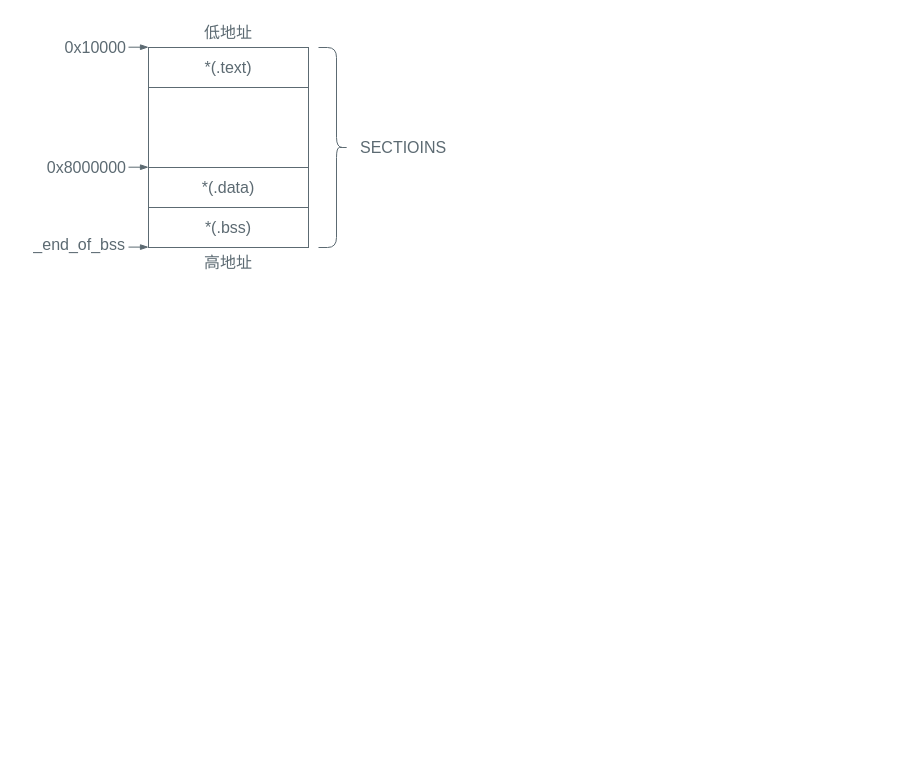
Before: content/posts/ld-linker-scripts/ld-linker-scripts.drawio in kingtuo123/blog, a draw.io diagram. Source tidied: cells renumbered, new cells numbered last; positions are measured from the earlier drawing's top-left corner, leaving out a move shared by most shapes. Both pictures are drawn from the tidied source at 100%, with x=0, y=0 at pixel (17, 17).
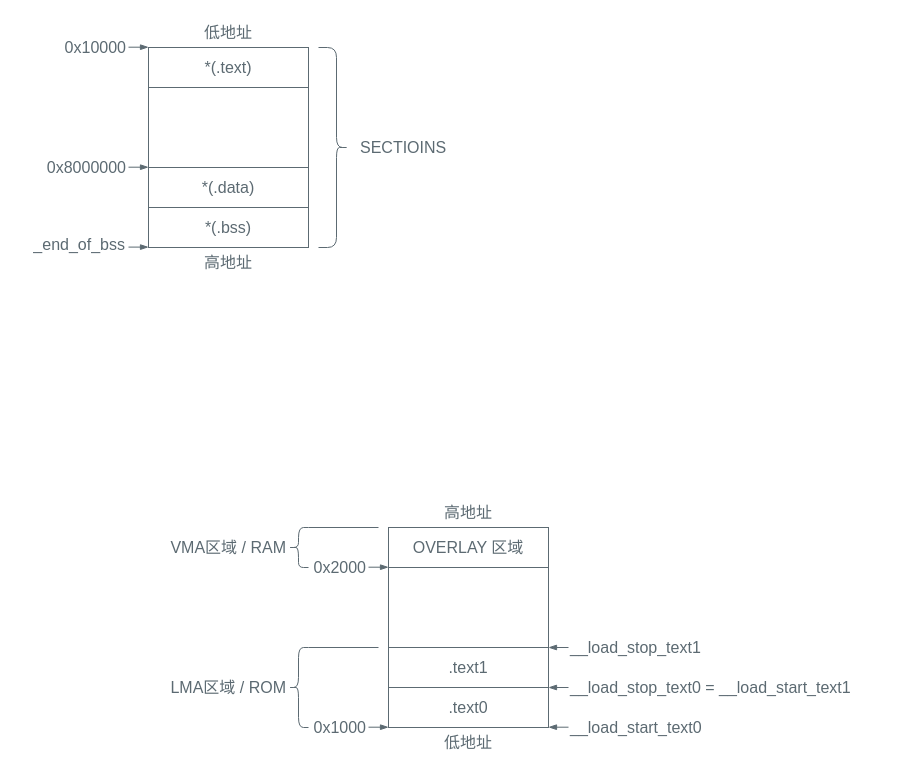
The same page after the edit.

What changed in the source:
```diff
@@
+    <mxCell id="16" value="&lt;div&gt;&lt;font style=&quot;color: light-dark(rgb(92, 106, 114), rgb(211, 198, 170));&quot;&gt;.text1&lt;/font&gt;&lt;/div&gt;" style="rounded=0;whiteSpace=wrap;html=1;fillColor=none;strokeColor=light-dark(#5C6A72,#D3C6AA);fontColor=light-dark(#5C6A72,#D3C6AA);fontFamily=LXGW WenKai Mono;fontSize=16;" parent="1" vertex="1">
+      <mxGeometry x="371" y="630" width="160" height="40" as="geometry" />
+    </mxCell>
+    <mxCell id="17" value="&lt;div&gt;&lt;font style=&quot;color: light-dark(rgb(92, 106, 114), rgb(211, 198, 170));&quot;&gt;.text0&lt;/font&gt;&lt;/div&gt;" style="rounded=0;whiteSpace=wrap;html=1;fillColor=none;strokeColor=light-dark(#5C6A72,#D3C6AA);fontColor=light-dark(#5C6A72,#D3C6AA);fontFamily=LXGW WenKai Mono;fontSize=16;" parent="1" vertex="1">
+      <mxGeometry x="371" y="670" width="160" height="40" as="geometry" />
+    </mxCell>
+    <mxCell id="18" value="&lt;div&gt;&lt;font style=&quot;color: light-dark(rgb(92, 106, 114), rgb(211, 198, 170));&quot;&gt;高地址&lt;/font&gt;&lt;/div&gt;" style="rounded=0;whiteSpace=wrap;html=1;fillColor=none;strokeColor=none;fontColor=light-dark(#5C6A72,#D3C6AA);align=center;fontFamily=LXGW WenKai Mono;fontSize=16;" parent="1" vertex="1">
+      <mxGeometry x="406" y="480" width="90" height="30" as="geometry" />
+    </mxCell>
+    <mxCell id="19" value="&lt;div&gt;&lt;font style=&quot;color: light-dark(rgb(92, 106, 114), rgb(211, 198, 170));&quot;&gt;低地址&lt;/font&gt;&lt;/div&gt;" style="rounded=0;whiteSpace=wrap;html=1;fillColor=none;strokeColor=none;fontColor=light-dark(#5C6A72,#D3C6AA);align=center;fontFamily=LXGW WenKai Mono;fontSize=16;" parent="1" vertex="1">
+      <mxGeometry x="406" y="710" width="90" height="30" as="geometry" />
+    </mxCell>
+    <mxCell id="20" style="rounded=0;whiteSpace=wrap;html=1;fillColor=none;strokeColor=light-dark(#5C6A72,#D3C6AA);fontColor=light-dark(#5C6A72,#D3C6AA);fontFamily=LXGW WenKai Mono;fontSize=16;" parent="1" vertex="1">
+      <mxGeometry x="371" y="550" width="160" height="80" as="geometry" />
+    </mxCell>
+    <mxCell id="21" value="&lt;font style=&quot;color: light-dark(rgb(92, 106, 114), rgb(211, 198, 170));&quot;&gt;&lt;span&gt;OVERLAY 区域&lt;/span&gt;&lt;/font&gt;" style="rounded=0;whiteSpace=wrap;html=1;fillColor=none;strokeColor=light-dark(#5C6A72,#D3C6AA);fontColor=light-dark(#5C6A72,#D3C6AA);fontFamily=LXGW WenKai Mono;fontSize=16;" parent="1" vertex="1">
+      <mxGeometry x="371" y="510" width="160" height="40" as="geometry" />
+    </mxCell>
+    <mxCell id="22" value="&lt;div&gt;&lt;font style=&quot;color: light-dark(rgb(92, 106, 114), rgb(211, 198, 170));&quot;&gt;0x2000&lt;/font&gt;&lt;/div&gt;" style="rounded=0;whiteSpace=wrap;html=1;fillColor=none;strokeColor=none;fontColor=light-dark(#5C6A72,#D3C6AA);align=right;fontFamily=LXGW WenKai Mono;fontSize=16;" parent="1" vertex="1">
+      <mxGeometry x="291" y="535" width="60" height="30" as="geometry" />
+    </mxCell>
+    <mxCell id="23" style="endArrow=blockThin;html=1;rounded=0;fontColor=light-dark(#5C6A72,#D3C6AA);labelBackgroundColor=none;strokeColor=light-dark(#5C6A72,#D3C6AA);endFill=1;fontFamily=LXGW WenKai Mono;fontSize=16;" parent="1" edge="1">
+      <mxGeometry relative="1" as="geometry">
+        <mxPoint x="351" y="549.7" as="sourcePoint" />
+        <mxPoint x="371" y="549.7" as="targetPoint" />
+      </mxGeometry>
+    </mxCell>
+    <mxCell id="24" value="&lt;div&gt;&lt;font style=&quot;color: light-dark(rgb(92, 106, 114), rgb(211, 198, 170));&quot;&gt;0x1000&lt;/font&gt;&lt;/div&gt;" style="rounded=0;whiteSpace=wrap;html=1;fillColor=none;strokeColor=none;fontColor=light-dark(#5C6A72,#D3C6AA);align=right;fontFamily=LXGW WenKai Mono;fontSize=16;" parent="1" vertex="1">
+      <mxGeometry x="291" y="695" width="60" height="30" as="geometry" />
+    </mxCell>
+    <mxCell id="25" style="endArrow=blockThin;html=1;rounded=0;fontColor=light-dark(#5C6A72,#D3C6AA);labelBackgroundColor=none;strokeColor=light-dark(#5C6A72,#D3C6AA);endFill=1;fontFamily=LXGW WenKai Mono;fontSize=16;" parent="1" edge="1">
+      <mxGeometry relative="1" as="geometry">
+        <mxPoint x="351" y="709.7" as="sourcePoint" />
+        <mxPoint x="371" y="709.7" as="targetPoint" />
+      </mxGeometry>
+    </mxCell>
+    <mxCell id="26" value="&lt;div&gt;&lt;font style=&quot;color: light-dark(rgb(92, 106, 114), rgb(211, 198, 170));&quot;&gt;LMA区域 / ROM&lt;/font&gt;&lt;/div&gt;" style="rounded=0;whiteSpace=wrap;html=1;fillColor=none;strokeColor=none;fontColor=light-dark(#5C6A72,#D3C6AA);align=right;fontFamily=LXGW WenKai Mono;fontSize=16;" parent="1" vertex="1">
+      <mxGeometry x="151" y="655" width="120" height="30" as="geometry" />
+    </mxCell>
+    <mxCell id="27" value="&lt;div&gt;&lt;font style=&quot;color: light-dark(rgb(92, 106, 114), rgb(211, 198, 170));&quot;&gt;VMA区域 / RAM&lt;/font&gt;&lt;/div&gt;" style="rounded=0;whiteSpace=wrap;html=1;fillColor=none;strokeColor=none;fontColor=light-dark(#5C6A72,#D3C6AA);align=right;fontFamily=LXGW WenKai Mono;fontSize=16;" parent="1" vertex="1">
+      <mxGeometry x="151" y="515" width="120" height="30" as="geometry" />
+    </mxCell>
+    <mxCell id="28" value="&lt;font style=&quot;color: light-dark(rgb(92, 106, 114), rgb(211, 198, 170));&quot;&gt;&lt;span&gt;__load_start_text0&lt;/span&gt;&lt;/font&gt;" style="rounded=0;whiteSpace=wrap;html=1;fillColor=none;strokeColor=none;fontColor=light-dark(#5C6A72,#D3C6AA);align=left;fontFamily=LXGW WenKai Mono;fontSize=16;" parent="1" vertex="1">
+      <mxGeometry x="551" y="695" width="160" height="30" as="geometry" />
+    </mxCell>
+    <mxCell id="29" value="&lt;font&gt;&lt;font style=&quot;color: light-dark(rgb(92, 106, 114), rgb(211, 198, 170));&quot;&gt;&lt;span&gt;__load_stop_text0 =&amp;nbsp;&lt;/span&gt;&lt;/font&gt;&lt;span&gt;__load_start_text1&lt;/span&gt;&lt;/font&gt;" style="rounded=0;whiteSpace=wrap;html=1;fillColor=none;strokeColor=none;fontColor=light-dark(#5C6A72,#D3C6AA);align=left;fontFamily=LXGW WenKai Mono;fontSize=16;" parent="1" vertex="1">
+      <mxGeometry x="551" y="655" width="320" height="30" as="geometry" />
+    </mxCell>
+    <mxCell id="30" style="endArrow=blockThin;html=1;rounded=0;fontColor=light-dark(#5C6A72,#D3C6AA);labelBackgroundColor=none;strokeColor=light-dark(#5C6A72,#D3C6AA);endFill=1;fontFamily=LXGW WenKai Mono;fontSize=16;" parent="1" edge="1">
+      <mxGeometry relative="1" as="geometry">
+        <mxPoint x="551" y="670" as="sourcePoint" />
+        <mxPoint x="531" y="670" as="targetPoint" />
+      </mxGeometry>
+    </mxCell>
+    <mxCell id="31" style="endArrow=blockThin;html=1;rounded=0;fontColor=light-dark(#5C6A72,#D3C6AA);labelBackgroundColor=none;strokeColor=light-dark(#5C6A72,#D3C6AA);endFill=1;fontFamily=LXGW WenKai Mono;fontSize=16;" parent="1" edge="1">
+      <mxGeometry relative="1" as="geometry">
+        <mxPoint x="551" y="709.7" as="sourcePoint" />
+        <mxPoint x="531" y="709.7" as="targetPoint" />
+      </mxGeometry>
+    </mxCell>
+    <mxCell id="32" value="&lt;font style=&quot;color: light-dark(rgb(92, 106, 114), rgb(211, 198, 170));&quot;&gt;&lt;span&gt;__load_stop_text1&lt;/span&gt;&lt;/font&gt;" style="rounded=0;whiteSpace=wrap;html=1;fillColor=none;strokeColor=none;fontColor=light-dark(#5C6A72,#D3C6AA);align=left;fontFamily=LXGW WenKai Mono;fontSize=16;" parent="1" vertex="1">
+      <mxGeometry x="551" y="615" width="160" height="30" as="geometry" />
+    </mxCell>
+    <mxCell id="33" style="endArrow=blockThin;html=1;rounded=0;fontColor=light-dark(#5C6A72,#D3C6AA);labelBackgroundColor=none;strokeColor=light-dark(#5C6A72,#D3C6AA);endFill=1;fontFamily=LXGW WenKai Mono;fontSize=16;" parent="1" edge="1">
+      <mxGeometry relative="1" as="geometry">
+        <mxPoint x="551" y="630" as="sourcePoint" />
+        <mxPoint x="531" y="630" as="targetPoint" />
+      </mxGeometry>
+    </mxCell>
+    <mxCell id="34" style="shape=curlyBracket;whiteSpace=wrap;html=1;rounded=1;labelPosition=left;verticalLabelPosition=middle;align=right;verticalAlign=middle;strokeColor=light-dark(#5C6A72,#D3C6AA);fontFamily=LXGW WenKai Mono;fontSize=16;" parent="1" vertex="1">
+      <mxGeometry x="271" y="510" width="20" height="40" as="geometry" />
+    </mxCell>
+    <mxCell id="35" style="shape=curlyBracket;whiteSpace=wrap;html=1;rounded=1;labelPosition=left;verticalLabelPosition=middle;align=right;verticalAlign=middle;strokeColor=light-dark(#5C6A72,#D3C6AA);fontFamily=LXGW WenKai Mono;fontSize=16;" parent="1" vertex="1">
+      <mxGeometry x="271" y="630" width="20" height="80" as="geometry" />
+    </mxCell>
+    <mxCell id="36" style="endArrow=none;html=1;rounded=0;fontColor=light-dark(#5C6A72,#D3C6AA);strokeColor=light-dark(#5C6A72,#D3C6AA);entryX=0.907;entryY=0.009;entryDx=0;entryDy=0;entryPerimeter=0;fontFamily=LXGW WenKai Mono;fontSize=16;" parent="1" edge="1">
+      <mxGeometry relative="1" as="geometry">
+        <mxPoint x="361" y="630" as="sourcePoint" />
+        <mxPoint x="291" y="630" as="targetPoint" />
+      </mxGeometry>
+    </mxCell>
+    <mxCell id="37" style="endArrow=none;html=1;rounded=0;fontColor=light-dark(#5C6A72,#D3C6AA);strokeColor=light-dark(#5C6A72,#D3C6AA);entryX=0.907;entryY=0.009;entryDx=0;entryDy=0;entryPerimeter=0;fontFamily=LXGW WenKai Mono;fontSize=16;" parent="1" edge="1">
+      <mxGeometry relative="1" as="geometry">
+        <mxPoint x="361" y="510" as="sourcePoint" />
+        <mxPoint x="291" y="510" as="targetPoint" />
+      </mxGeometry>
+    </mxCell>
```
